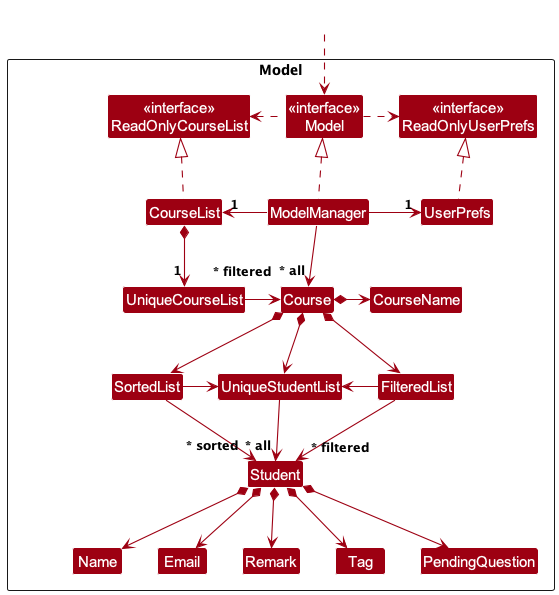
tiongjjyi/tp keeps this PlantUML diagram as docs/images/ModelClassDiagram.png. Above is the earlier version.
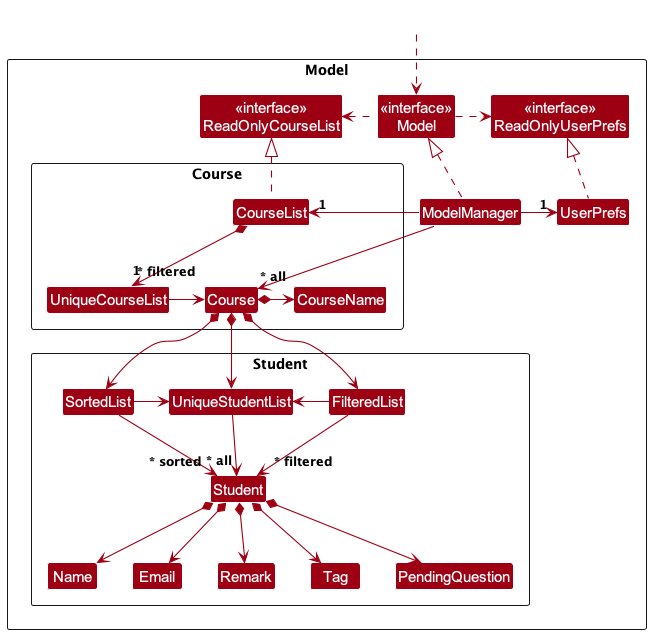
Later version of the same file.

Change to the diagram source:
```diff
@@ -8,24 +8,31 @@
 Class "<<interface>>\nReadOnlyCourseList" as ReadOnlyCourseList
 Class "<<interface>>\nReadOnlyUserPrefs" as ReadOnlyUserPrefs
 Class "<<interface>>\nModel" as Model
-Class CourseList
 Class ModelManager
 Class UserPrefs
 
+Class I #FFFFFF
+
+
+Package Course as CoursePackage <<Rectangle>>{
+Class CourseList
 Class UniqueCourseList
+Class Course
+Class CourseName
+}
+
+Package Student as StudentPackage <<Rectangle>>{
 Class UniqueStudentList
 Class FilteredList
 Class SortedList
-Class Course
-Class CourseName
 Class Student
 Class Name
 Class Email
 Class Remark
 Class Tag
 Class PendingQuestion
+}
 
-Class I #FFFFFF
 }
 
 Class HiddenOutside #FFFFFF
@@ -59,5 +66,4 @@
 Student *-down-> Remark
 Student *-down-> Tag
 Student *-down-> PendingQuestion
-
 @enduml
```
